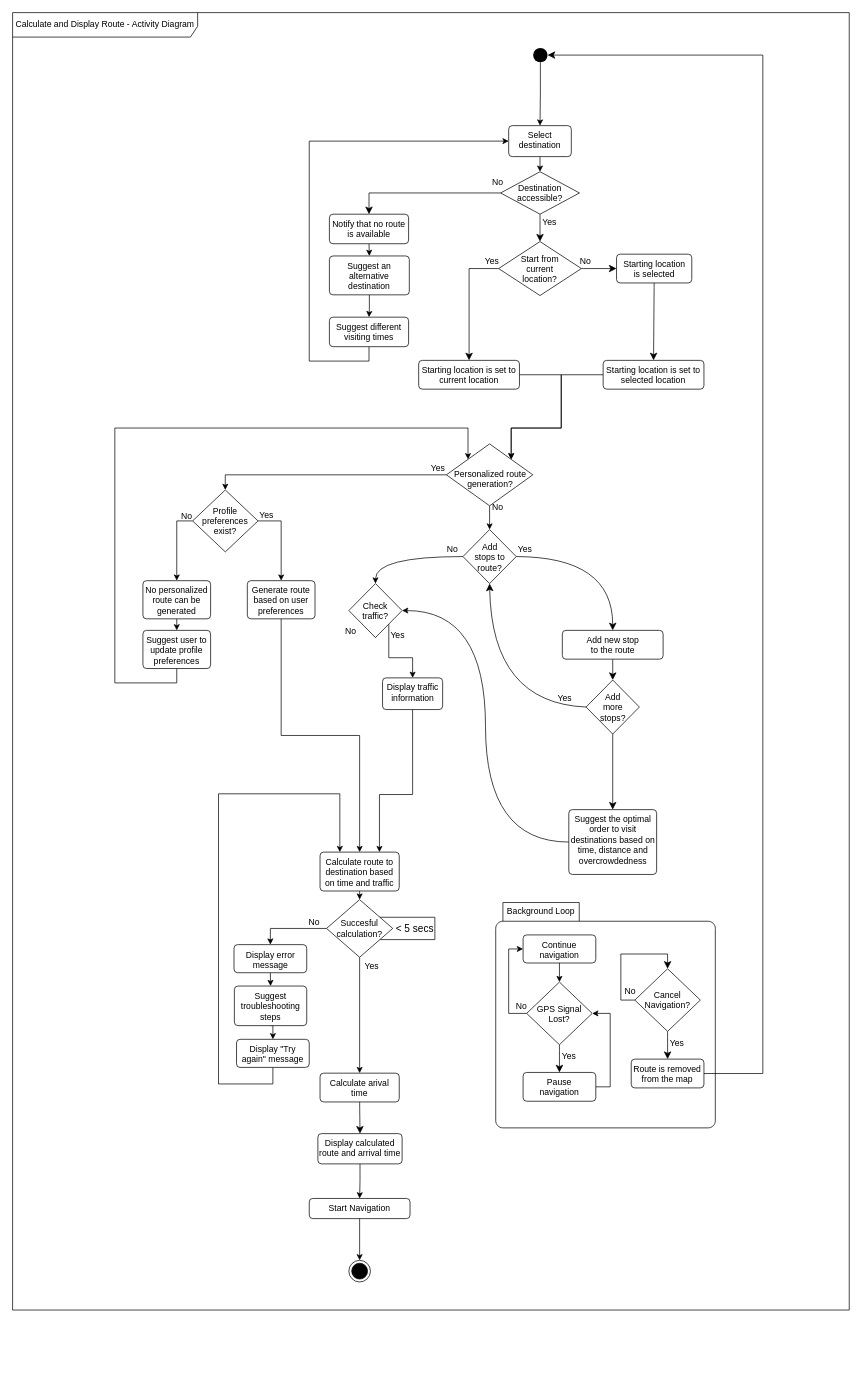
gsklaven/MusePath keeps this draw.io diagram as Activity Diagrams/Calculate-and-Display-Route.drawio. Above is the earlier version. Source tidied: cells renumbered, new cells numbered last; positions are measured from the earlier drawing's top-left corner, leaving out a move shared by most shapes. Both pictures are drawn from the tidied source at 72%, with x=0, y=0 at pixel (12, 12).
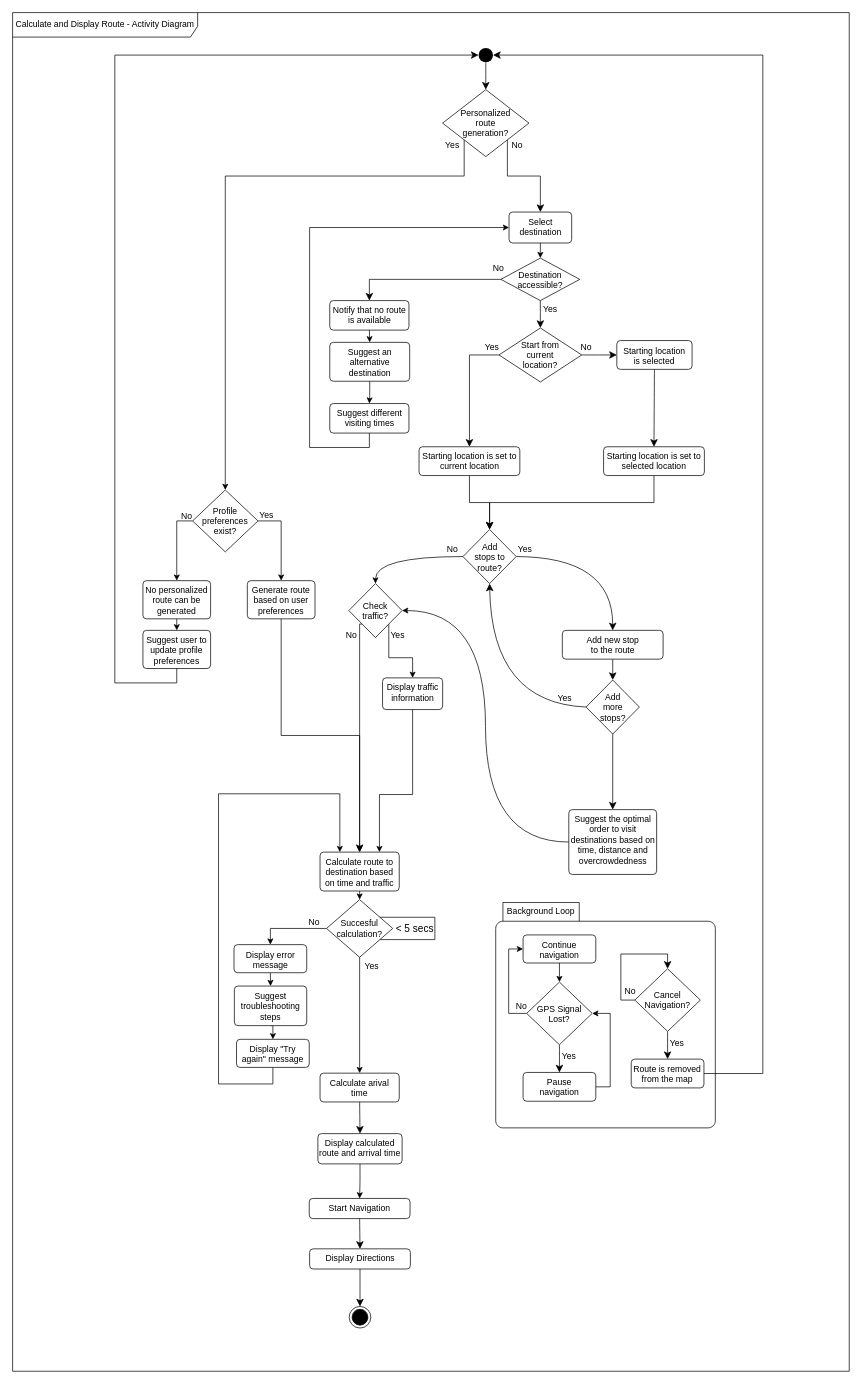
Above is the later version.

The change refers to these unchanged cells:
```xml
<mxCell id="8" value="Start Navigation" style="html=1;align=center;verticalAlign=top;rounded=1;absoluteArcSize=1;arcSize=10;dashed=0;whiteSpace=wrap;" parent="2" vertex="1">
  <mxGeometry x="412" y="1647" width="140" height="28" as="geometry" />
</mxCell>
<mxCell id="11" style="rhombus;" parent="2" vertex="1">
  <mxGeometry x="625.5" y="718" width="74" height="75" as="geometry" />
</mxCell>
<mxCell id="46" value="Check&#10;traffic?" style="rhombus;" parent="2" vertex="1">
  <mxGeometry x="467" y="793" width="74" height="75" as="geometry" />
</mxCell>
<mxCell id="56" value="Calculate route to destination based on time and traffic" style="html=1;align=center;verticalAlign=top;rounded=1;absoluteArcSize=1;arcSize=10;dashed=0;whiteSpace=wrap;" parent="2" vertex="1">
  <mxGeometry x="427" y="1166" width="110" height="54" as="geometry" />
</mxCell>
<mxCell id="92" value="Profile&#10;preferences&#10;exist?" style="rhombus;" parent="2" vertex="1">
  <mxGeometry x="250" y="663" width="90.8" height="86" as="geometry" />
</mxCell>
<mxCell id="101" value="Suggest user to update profile&lt;div&gt;&lt;span style=&quot;text-wrap-mode: nowrap;&quot;&gt;preferences&lt;/span&gt;&lt;/div&gt;" style="html=1;align=center;verticalAlign=top;rounded=1;absoluteArcSize=1;arcSize=10;dashed=0;whiteSpace=wrap;" parent="2" vertex="1">
  <mxGeometry x="181" y="858" width="94" height="53" as="geometry" />
</mxCell>
```

Change to the diagram source:
```diff
@@
     <mxCell id="2" value="Calculate and Display Route - Activity Diagram" style="shape=umlFrame;whiteSpace=wrap;html=1;width=257;height=34;" parent="1" vertex="1">
-      <mxGeometry width="1162" height="1802" as="geometry" />
+      <mxGeometry width="1162" height="1887" as="geometry" />
     </mxCell>
-    <mxCell id="3" style="edgeStyle=orthogonalEdgeStyle;rounded=0;jettySize=auto;html=1;exitX=0.5;exitY=1;exitDx=0;exitDy=0;entryX=0.5;entryY=0;entryDx=0;entryDy=0;" parent="2" edge="1" source="4" target="6">
-      <mxGeometry relative="1" as="geometry" />
-    </mxCell>
+    <mxCell id="105" style="edgeStyle=none;curved=1;rounded=0;jettySize=auto;html=1;exitX=0.5;exitY=1;exitDx=0;exitDy=0;entryX=0.5;entryY=0;entryDx=0;entryDy=0;fontSize=12;startSize=8;endSize=8;" parent="2" edge="1" source="4" target="51">
+      <mxGeometry relative="1" as="geometry" />
+    </mxCell>
     <mxCell id="4" style="ellipse;fillColor=#000000;strokeColor=none;" parent="2" vertex="1">
-      <mxGeometry x="723" y="49" width="20" height="20" as="geometry" />
+      <mxGeometry x="647.2" y="49" width="20" height="20" as="geometry" />
     </mxCell>
@@
     <mxCell id="6" value="Select&lt;div&gt;destination&lt;/div&gt;" style="html=1;align=center;verticalAlign=top;rounded=1;absoluteArcSize=1;arcSize=10;dashed=0;whiteSpace=wrap;" parent="2" vertex="1">
-      <mxGeometry x="689" y="157" width="87" height="43" as="geometry" />
+      <mxGeometry x="689.5" y="277" width="87" height="43" as="geometry" />
     </mxCell>
-    <mxCell id="7" style="edgeStyle=orthogonalEdgeStyle;rounded=0;jettySize=auto;html=1;exitX=0.5;exitY=1;exitDx=0;exitDy=0;entryX=0.5;entryY=0;entryDx=0;entryDy=0;" parent="2" edge="1" source="8" target="88">
-      <mxGeometry relative="1" as="geometry" />
-    </mxCell>
+    <mxCell id="106" style="edgeStyle=none;curved=1;rounded=0;jettySize=auto;html=1;exitX=0.5;exitY=1;exitDx=0;exitDy=0;entryX=0.5;entryY=0;entryDx=0;entryDy=0;fontSize=12;startSize=8;endSize=8;" parent="2" edge="1" source="8" target="113">
+      <mxGeometry relative="1" as="geometry" />
+    </mxCell>
@@
     <mxCell id="23" value="Start from&#10;current&#10;location?" style="rhombus;" parent="2" vertex="1">
-      <mxGeometry x="675" y="318" width="115" height="75" as="geometry" />
+      <mxGeometry x="675.5" y="438" width="115" height="75" as="geometry" />
     </mxCell>
-    <mxCell id="24" style="edgeStyle=orthogonalEdgeStyle;rounded=0;jettySize=auto;html=1;exitX=1;exitY=0.5;exitDx=0;exitDy=0;entryX=1;entryY=0;entryDx=0;entryDy=0;" parent="2" edge="1" source="25" target="51">
-      <mxGeometry relative="1" as="geometry">
-        <Array as="points">
-          <mxPoint x="762" y="503" />
-          <mxPoint x="762" y="577" />
-          <mxPoint x="693" y="577" />
-        </Array>
-      </mxGeometry>
-    </mxCell>
+    <mxCell id="107" style="edgeStyle=orthogonalEdgeStyle;rounded=0;jettySize=auto;html=1;exitX=0.5;exitY=1;exitDx=0;exitDy=0;entryX=0.5;entryY=0;entryDx=0;entryDy=0;fontSize=12;startSize=8;endSize=8;" parent="2" edge="1" source="25" target="11">
+      <mxGeometry relative="1" as="geometry" />
+    </mxCell>
     <mxCell id="25" value="Starting location is set to current location" style="html=1;align=center;verticalAlign=top;rounded=1;absoluteArcSize=1;arcSize=10;dashed=0;whiteSpace=wrap;" parent="2" vertex="1">
-      <mxGeometry x="564" y="483" width="140" height="40" as="geometry" />
+      <mxGeometry x="564.5" y="603" width="140" height="40" as="geometry" />
     </mxCell>
@@
-    <mxCell id="27" style="edgeStyle=orthogonalEdgeStyle;rounded=0;jettySize=auto;html=1;exitX=0;exitY=0.5;exitDx=0;exitDy=0;entryX=1;entryY=0;entryDx=0;entryDy=0;" parent="2" edge="1" source="28" target="51">
-      <mxGeometry relative="1" as="geometry">
-        <Array as="points">
-          <mxPoint x="762" y="503" />
-          <mxPoint x="762" y="577" />
-          <mxPoint x="693" y="577" />
-        </Array>
-      </mxGeometry>
-    </mxCell>
+    <mxCell id="108" style="edgeStyle=orthogonalEdgeStyle;rounded=0;jettySize=auto;html=1;exitX=0.5;exitY=1;exitDx=0;exitDy=0;entryX=0.5;entryY=0;entryDx=0;entryDy=0;fontSize=12;startSize=8;endSize=8;" parent="2" edge="1" source="28" target="11">
+      <mxGeometry relative="1" as="geometry" />
+    </mxCell>
     <mxCell id="28" value="Starting location is set to&lt;div&gt;selected location&lt;/div&gt;" style="html=1;align=center;verticalAlign=top;rounded=1;absoluteArcSize=1;arcSize=10;dashed=0;whiteSpace=wrap;" parent="2" vertex="1">
-      <mxGeometry x="820.2" y="483" width="140" height="40" as="geometry" />
+      <mxGeometry x="820.8" y="603" width="140" height="40" as="geometry" />
     </mxCell>
     <mxCell id="29" value="Starting location&lt;div&gt;is selected&lt;/div&gt;" style="html=1;align=center;verticalAlign=top;rounded=1;absoluteArcSize=1;arcSize=10;dashed=0;whiteSpace=wrap;" parent="2" vertex="1">
-      <mxGeometry x="838.8" y="335.5" width="104.5" height="40" as="geometry" />
+      <mxGeometry x="839.2" y="455.5" width="104.5" height="40" as="geometry" />
     </mxCell>
     <mxCell id="30" value="Yes" style="text;html=1;align=center;verticalAlign=middle;whiteSpace=wrap;rounded=0;" parent="2" vertex="1">
-      <mxGeometry x="635.5" y="330" width="60" height="30" as="geometry" />
+      <mxGeometry x="636" y="450" width="60" height="30" as="geometry" />
     </mxCell>
     <mxCell id="31" value="No" style="text;html=1;align=center;verticalAlign=middle;whiteSpace=wrap;rounded=0;" parent="2" vertex="1">
-      <mxGeometry x="766" y="330" width="60" height="30" as="geometry" />
+      <mxGeometry x="766.5" y="450" width="60" height="30" as="geometry" />
     </mxCell>
@@
     <mxCell id="35" value="Notify that no route is available" style="html=1;align=center;verticalAlign=top;rounded=1;absoluteArcSize=1;arcSize=10;dashed=0;whiteSpace=wrap;" parent="2" vertex="1">
-      <mxGeometry x="440" y="280" width="110" height="41" as="geometry" />
+      <mxGeometry x="440.5" y="400" width="110" height="41" as="geometry" />
     </mxCell>
@@
     <mxCell id="37" value="Suggest an alternative destination" style="html=1;align=center;verticalAlign=top;rounded=1;absoluteArcSize=1;arcSize=10;dashed=0;whiteSpace=wrap;" parent="2" vertex="1">
-      <mxGeometry x="440" y="338" width="111" height="54" as="geometry" />
+      <mxGeometry x="440.5" y="458" width="111" height="54" as="geometry" />
     </mxCell>
     <mxCell id="38" style="edgeStyle=orthogonalEdgeStyle;rounded=0;jettySize=auto;html=1;exitX=0.5;exitY=1;exitDx=0;exitDy=0;entryX=0;entryY=0.5;entryDx=0;entryDy=0;" parent="2" edge="1" source="39" target="6">
       <mxGeometry relative="1" as="geometry">
         <Array as="points">
-          <mxPoint x="495" y="484" />
-          <mxPoint x="412" y="484" />
-          <mxPoint x="412" y="179" />
+          <mxPoint x="495.5" y="604" />
+          <mxPoint x="412.5" y="604" />
+          <mxPoint x="412.5" y="299" />
         </Array>
       </mxGeometry>
     </mxCell>
     <mxCell id="39" value="Suggest different visiting times" style="html=1;align=center;verticalAlign=top;rounded=1;absoluteArcSize=1;arcSize=10;dashed=0;whiteSpace=wrap;" parent="2" vertex="1">
-      <mxGeometry x="440" y="423" width="110" height="41" as="geometry" />
+      <mxGeometry x="440.5" y="543" width="110" height="41" as="geometry" />
     </mxCell>
     <mxCell id="40" value="Yes" style="text;html=1;align=center;verticalAlign=middle;whiteSpace=wrap;rounded=0;" parent="2" vertex="1">
-      <mxGeometry x="716" y="277" width="60" height="30" as="geometry" />
+      <mxGeometry x="716.5" y="397" width="60" height="30" as="geometry" />
     </mxCell>
     <mxCell id="41" value="No" style="text;html=1;align=center;verticalAlign=middle;whiteSpace=wrap;rounded=0;" parent="2" vertex="1">
-      <mxGeometry x="644" y="221" width="60" height="30" as="geometry" />
+      <mxGeometry x="644.5" y="341" width="60" height="30" as="geometry" />
     </mxCell>
     <mxCell id="42" value="Destination&#10;accessible?" style="rhombus;" parent="2" vertex="1">
-      <mxGeometry x="677.8" y="221" width="109.5" height="59" as="geometry" />
+      <mxGeometry x="678.2" y="341" width="109.5" height="59" as="geometry" />
     </mxCell>
@@
+    <mxCell id="109" style="edgeStyle=orthogonalEdgeStyle;rounded=0;jettySize=auto;html=1;exitX=0;exitY=1;exitDx=0;exitDy=0;entryX=0.5;entryY=0;entryDx=0;entryDy=0;fontSize=12;startSize=8;endSize=8;" parent="2" edge="1" source="46" target="56">
+      <mxGeometry relative="1" as="geometry">
+        <Array as="points">
+          <mxPoint x="482" y="849" />
+        </Array>
+      </mxGeometry>
+    </mxCell>
@@
     <mxCell id="47" value="No" style="text;html=1;align=center;verticalAlign=middle;whiteSpace=wrap;rounded=0;" parent="2" vertex="1">
-      <mxGeometry x="440" y="845" width="60" height="30" as="geometry" />
+      <mxGeometry x="440.5" y="850" width="60" height="30" as="geometry" />
     </mxCell>
@@
-    <mxCell id="49" style="edgeStyle=orthogonalEdgeStyle;rounded=0;jettySize=auto;html=1;exitX=0.5;exitY=1;exitDx=0;exitDy=0;entryX=0.5;entryY=0;entryDx=0;entryDy=0;" parent="2" edge="1" source="51" target="11">
-      <mxGeometry relative="1" as="geometry" />
-    </mxCell>
-    <mxCell id="50" style="edgeStyle=orthogonalEdgeStyle;rounded=0;jettySize=auto;html=1;exitX=0;exitY=0.5;exitDx=0;exitDy=0;entryX=0.5;entryY=0;entryDx=0;entryDy=0;" parent="2" edge="1" source="51" target="92">
-      <mxGeometry relative="1" as="geometry" />
+    <mxCell id="50" style="edgeStyle=orthogonalEdgeStyle;rounded=0;jettySize=auto;html=1;exitX=0;exitY=1;exitDx=0;exitDy=0;entryX=0.5;entryY=0;entryDx=0;entryDy=0;" parent="2" edge="1" source="51" target="92">
+      <mxGeometry relative="1" as="geometry">
+        <Array as="points">
+          <mxPoint x="627" y="227" />
+          <mxPoint x="295" y="227" />
+        </Array>
+      </mxGeometry>
     </mxCell>
+    <mxCell id="110" style="edgeStyle=orthogonalEdgeStyle;rounded=0;jettySize=auto;html=1;exitX=1;exitY=1;exitDx=0;exitDy=0;entryX=0.5;entryY=0;entryDx=0;entryDy=0;fontSize=12;startSize=8;endSize=8;" parent="2" edge="1" source="51" target="6">
+      <mxGeometry relative="1" as="geometry">
+        <Array as="points">
+          <mxPoint x="687" y="227" />
+          <mxPoint x="733" y="227" />
+        </Array>
+      </mxGeometry>
+    </mxCell>
-    <mxCell id="51" style="rhombus;" parent="2" vertex="1">
-      <mxGeometry x="602.5" y="599" width="120" height="86" as="geometry" />
+    <mxCell id="51" value="Personalized&#10;route&#10;generation?" style="rhombus;" parent="2" vertex="1">
+      <mxGeometry x="597.2" y="107" width="120" height="93" as="geometry" />
     </mxCell>
-    <mxCell id="52" value="Personalized route&lt;div&gt;generation?&lt;/div&gt;" style="text;html=1;align=center;verticalAlign=middle;strokeColor=none;fillColor=none;" parent="2" vertex="1">
-      <mxGeometry x="603.5" y="627" width="118" height="41" as="geometry" />
-    </mxCell>
@@
     <mxCell id="88" style="ellipse;html=1;shape=endState;fillColor=strokeColor;" parent="2" vertex="1">
-      <mxGeometry x="467" y="1733" width="30" height="30" as="geometry" />
+      <mxGeometry x="467.5" y="1797" width="30" height="30" as="geometry" />
     </mxCell>
-    <mxCell id="89" value="No" style="text;html=1;align=center;verticalAlign=middle;whiteSpace=wrap;rounded=0;" parent="2" vertex="1">
-      <mxGeometry x="644" y="673" width="60" height="30" as="geometry" />
-    </mxCell>
@@
     <mxCell id="95" value="Yes" style="text;html=1;align=center;verticalAlign=middle;whiteSpace=wrap;rounded=0;" parent="2" vertex="1">
-      <mxGeometry x="561" y="618" width="60" height="30" as="geometry" />
+      <mxGeometry x="581" y="170" width="60" height="30" as="geometry" />
     </mxCell>
@@
-    <mxCell id="100" style="edgeStyle=orthogonalEdgeStyle;rounded=0;jettySize=auto;html=1;exitX=0.5;exitY=1;exitDx=0;exitDy=0;entryX=0;entryY=0;entryDx=0;entryDy=0;" parent="2" edge="1" source="101" target="51">
-      <mxGeometry relative="1" as="geometry">
-        <Array as="points">
-          <mxPoint x="228" y="931" />
-          <mxPoint x="142" y="931" />
-          <mxPoint x="142" y="577" />
-          <mxPoint x="632" y="577" />
-        </Array>
-      </mxGeometry>
-    </mxCell>
+    <mxCell id="111" style="edgeStyle=orthogonalEdgeStyle;rounded=0;jettySize=auto;html=1;exitX=0.5;exitY=1;exitDx=0;exitDy=0;entryX=0;entryY=0.5;entryDx=0;entryDy=0;fontSize=12;startSize=8;endSize=8;" parent="2" edge="1" source="101" target="4">
+      <mxGeometry relative="1" as="geometry">
+        <Array as="points">
+          <mxPoint x="228" y="931" />
+          <mxPoint x="142" y="931" />
+          <mxPoint x="142" y="59" />
+        </Array>
+      </mxGeometry>
+    </mxCell>
@@
+    <mxCell id="112" style="edgeStyle=none;curved=1;rounded=0;jettySize=auto;html=1;exitX=0.5;exitY=1;exitDx=0;exitDy=0;entryX=0.5;entryY=0;entryDx=0;entryDy=0;fontSize=12;startSize=8;endSize=8;" parent="2" edge="1" source="113" target="88">
+      <mxGeometry relative="1" as="geometry" />
+    </mxCell>
+    <mxCell id="113" value="Display Directions&lt;div&gt;&lt;br&gt;&lt;/div&gt;" style="html=1;align=center;verticalAlign=top;rounded=1;absoluteArcSize=1;arcSize=10;dashed=0;whiteSpace=wrap;" parent="2" vertex="1">
+      <mxGeometry x="412.5" y="1717" width="140" height="28" as="geometry" />
+    </mxCell>
+    <mxCell id="89" value="No" style="text;html=1;align=center;verticalAlign=middle;whiteSpace=wrap;rounded=0;" parent="2" vertex="1">
+      <mxGeometry x="671" y="170" width="60" height="30" as="geometry" />
+    </mxCell>
```
